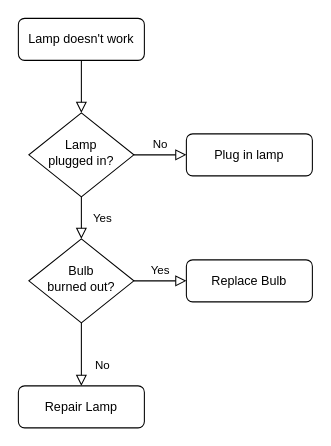
The draw.io diagram Diagrama sin título.drawio in cuarezdani/DEV004-md-links, before the edit. Source tidied: cells renumbered, new cells numbered last; positions are measured from the earlier drawing's top-left corner, leaving out a move shared by most shapes. Both pictures are drawn from the tidied source at 105%, with x=0, y=0 at pixel (18, 18).
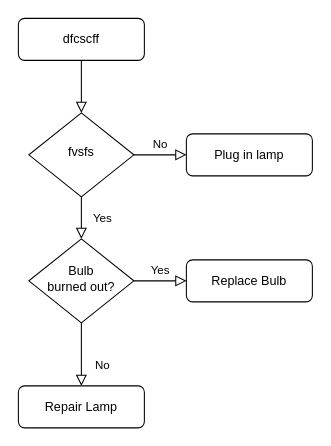
After the change.

Diff of the diagram source:
```diff
@@
 <mxGraphModel>
   <root>
     <mxCell id="0" />
     <mxCell id="1" parent="0" />
     <mxCell id="2" style="rounded=0;html=1;jettySize=auto;fontSize=11;endArrow=block;endFill=0;endSize=8;strokeWidth=1;shadow=0;labelBackgroundColor=none;edgeStyle=orthogonalEdgeStyle;" parent="1" edge="1" source="3" target="6">
       <mxGeometry relative="1" as="geometry" />
     </mxCell>
-    <mxCell id="3" value="Lamp doesn't work" style="rounded=1;whiteSpace=wrap;html=1;fontSize=12;glass=0;strokeWidth=1;shadow=0;" parent="1" vertex="1">
+    <mxCell id="3" value="dfcscff" style="rounded=1;whiteSpace=wrap;html=1;fontSize=12;glass=0;strokeWidth=1;shadow=0;" parent="1" vertex="1">
       <mxGeometry width="120" height="40" as="geometry" />
     </mxCell>
     <mxCell id="4" value="Yes" style="rounded=0;html=1;jettySize=auto;fontSize=11;endArrow=block;endFill=0;endSize=8;strokeWidth=1;shadow=0;labelBackgroundColor=none;edgeStyle=orthogonalEdgeStyle;" parent="1" edge="1" source="6" target="10">
       <mxGeometry y="20" relative="1" as="geometry" />
     </mxCell>
     <mxCell id="5" value="No" style="edgeStyle=orthogonalEdgeStyle;rounded=0;html=1;jettySize=auto;fontSize=11;endArrow=block;endFill=0;endSize=8;strokeWidth=1;shadow=0;labelBackgroundColor=none;" parent="1" edge="1" source="6" target="7">
       <mxGeometry y="10" relative="1" as="geometry" />
     </mxCell>
-    <mxCell id="6" value="Lamp&lt;br&gt;plugged in?" style="rhombus;whiteSpace=wrap;html=1;shadow=0;fontFamily=Helvetica;fontSize=12;align=center;strokeWidth=1;spacing=6;spacingTop=-4;" parent="1" vertex="1">
+    <mxCell id="6" value="fvsfs" style="rhombus;whiteSpace=wrap;html=1;shadow=0;fontFamily=Helvetica;fontSize=12;align=center;strokeWidth=1;spacing=6;spacingTop=-4;" parent="1" vertex="1">
       <mxGeometry x="10" y="90" width="100" height="80" as="geometry" />
     </mxCell>
     <mxCell id="7" value="Plug in lamp" style="rounded=1;whiteSpace=wrap;html=1;fontSize=12;glass=0;strokeWidth=1;shadow=0;" parent="1" vertex="1">
       <mxGeometry x="160" y="110" width="120" height="40" as="geometry" />
     </mxCell>
     <mxCell id="8" value="No" style="rounded=0;html=1;jettySize=auto;fontSize=11;endArrow=block;endFill=0;endSize=8;strokeWidth=1;shadow=0;labelBackgroundColor=none;edgeStyle=orthogonalEdgeStyle;" parent="1" edge="1" source="10" target="11">
       <mxGeometry x="0.33" y="20" relative="1" as="geometry" />
     </mxCell>
     <mxCell id="9" value="Yes" style="edgeStyle=orthogonalEdgeStyle;rounded=0;html=1;jettySize=auto;fontSize=11;endArrow=block;endFill=0;endSize=8;strokeWidth=1;shadow=0;labelBackgroundColor=none;" parent="1" edge="1" source="10" target="12">
       <mxGeometry y="10" relative="1" as="geometry" />
     </mxCell>
     <mxCell id="10" value="Bulb&lt;br&gt;burned out?" style="rhombus;whiteSpace=wrap;html=1;shadow=0;fontFamily=Helvetica;fontSize=12;align=center;strokeWidth=1;spacing=6;spacingTop=-4;" parent="1" vertex="1">
       <mxGeometry x="10" y="210" width="100" height="80" as="geometry" />
     </mxCell>
     <mxCell id="11" value="Repair Lamp" style="rounded=1;whiteSpace=wrap;html=1;fontSize=12;glass=0;strokeWidth=1;shadow=0;" parent="1" vertex="1">
       <mxGeometry y="350" width="120" height="40" as="geometry" />
     </mxCell>
     <mxCell id="12" value="Replace Bulb" style="rounded=1;whiteSpace=wrap;html=1;fontSize=12;glass=0;strokeWidth=1;shadow=0;" parent="1" vertex="1">
       <mxGeometry x="160" y="230" width="120" height="40" as="geometry" />
     </mxCell>
   </root>
 </mxGraphModel>
```
